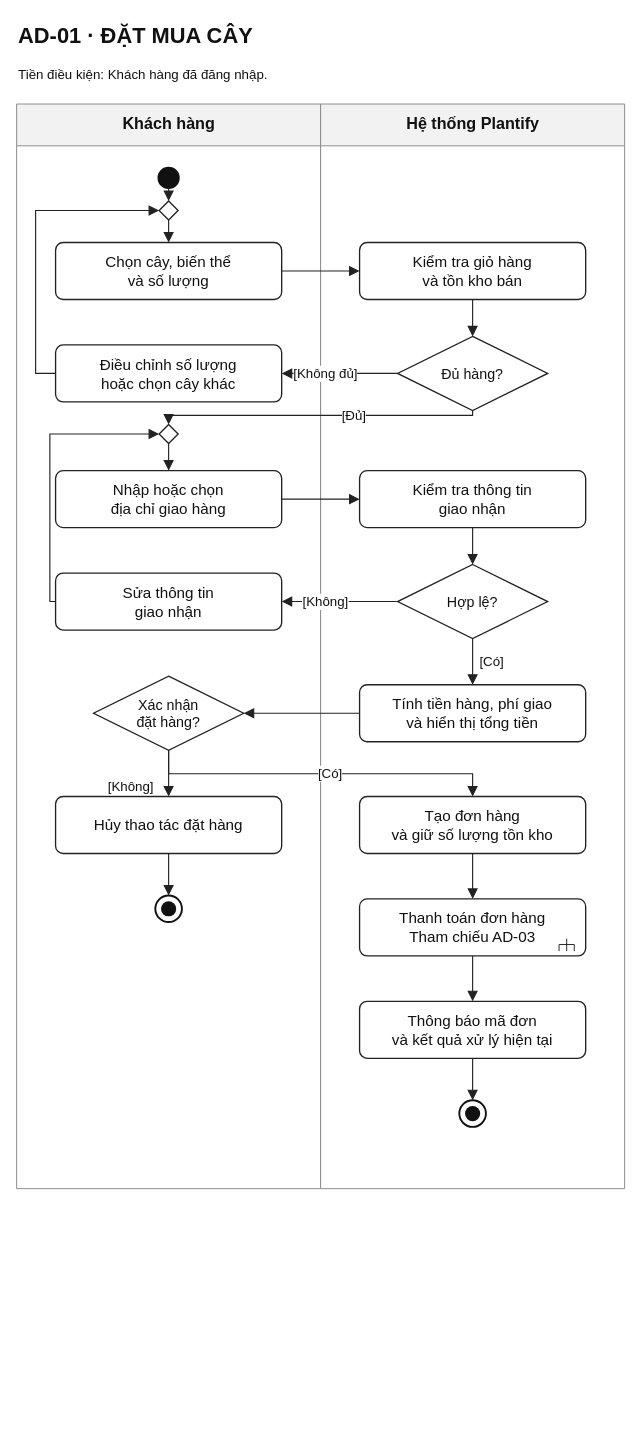
quocbao2004/plantify-platform keeps this draw.io diagram as docs/activity-diagrams/AD-01-dat-mua-cay.drawio. Above is the earlier version. Source tidied: cells renumbered, new cells numbered last; positions are measured from the earlier drawing's top-left corner, leaving out a move shared by most shapes. Both pictures are drawn from the tidied source at 95%, with x=0, y=0 at pixel (16, 16).
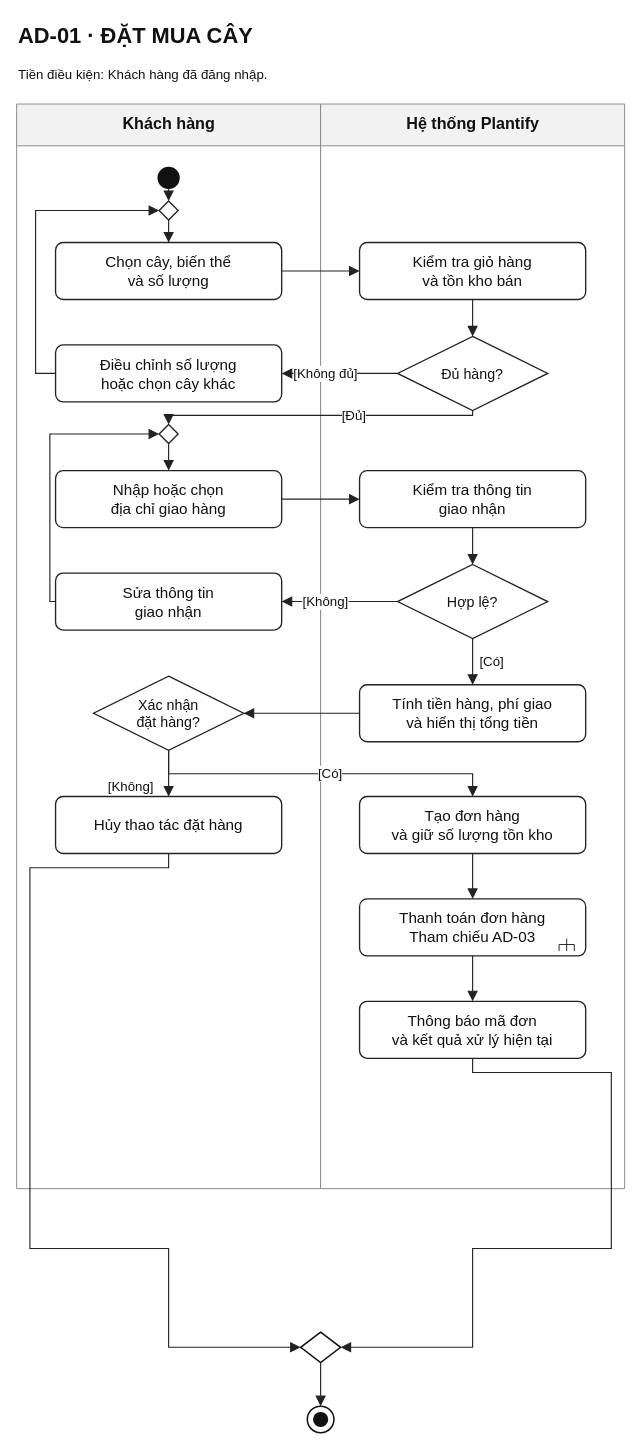
Above is the later version.

The change refers to these unchanged cells:
```xml
<mxCell id="4" value="Khách hàng" style="swimlane;html=1;horizontal=1;startSize=44;rounded=0;fillColor=#F2F2F2;swimlaneFillColor=#FFFFFF;strokeColor=#888888;strokeWidth=1;fontFamily=Arial;fontSize=17;fontStyle=1;fontColor=#111111;align=center;verticalAlign=middle;" parent="1" vertex="1">
  <mxGeometry y="92" width="320" height="1141.7" as="geometry" />
</mxCell>
<mxCell id="5" value="Hệ thống Plantify" style="swimlane;html=1;horizontal=1;startSize=44;rounded=0;fillColor=#F2F2F2;swimlaneFillColor=#FFFFFF;strokeColor=#888888;strokeWidth=1;fontFamily=Arial;fontSize=17;fontStyle=1;fontColor=#111111;align=center;verticalAlign=middle;" parent="1" vertex="1">
  <mxGeometry x="320" y="92" width="320" height="1141.7" as="geometry" />
</mxCell>
<mxCell id="19" value="Hủy thao tác đặt hàng" style="rounded=1;arcSize=16;absoluteArcSize=1;html=1;whiteSpace=wrap;strokeColor=#222222;strokeWidth=1.4;fillColor=#FFFFFF;fontFamily=Arial;fontSize=16;fontColor=#111111;align=center;verticalAlign=middle;spacing=5;" parent="4" vertex="1">
  <mxGeometry x="41" y="728.9" width="238" height="60" as="geometry" />
</mxCell>
<mxCell id="29" value="Thông báo mã đơn&lt;br/&gt;và kết quả xử lý hiện tại" style="rounded=1;arcSize=16;absoluteArcSize=1;html=1;whiteSpace=wrap;strokeColor=#222222;strokeWidth=1.4;fillColor=#FFFFFF;fontFamily=Arial;fontSize=16;fontColor=#111111;align=center;verticalAlign=middle;spacing=5;" parent="5" vertex="1">
  <mxGeometry x="41" y="944.5" width="238" height="60" as="geometry" />
</mxCell>
```

The edit, as a diff of the source:
```diff
@@
-    <mxCell id="20" style="ellipse;fillColor=#FFFFFF;strokeColor=#111111;strokeWidth=2;" parent="4" vertex="1">
-      <mxGeometry x="146" y="833.1" width="28" height="28" as="geometry" />
-    </mxCell>
-    <mxCell id="21" style="ellipse;fillColor=#111111;strokeColor=none;" parent="20" vertex="1">
-      <mxGeometry x="6" y="6" width="16" height="16" as="geometry" />
-    </mxCell>
@@
-    <mxCell id="30" style="ellipse;fillColor=#FFFFFF;strokeColor=#111111;strokeWidth=2;" parent="5" vertex="1">
-      <mxGeometry x="146" y="1048.7" width="28" height="28" as="geometry" />
-    </mxCell>
-    <mxCell id="31" style="ellipse;fillColor=#111111;strokeColor=none;" parent="30" vertex="1">
-      <mxGeometry x="6" y="6" width="16" height="16" as="geometry" />
-    </mxCell>
@@
-    <mxCell id="47" style="edgeStyle=none;html=1;rounded=0;endArrow=block;endFill=1;endSize=8;startArrow=none;strokeColor=#222222;strokeWidth=1.2;exitX=0.5;exitY=1;exitPerimeter=0;entryX=0.5;entryY=0;entryPerimeter=0;fontFamily=Arial;fontSize=14;fontColor=#111111;labelBackgroundColor=#FFFFFF;jumpStyle=arc;jumpSize=5;spacing=2;" parent="1" edge="1" source="19" target="20">
-      <mxGeometry relative="1" as="geometry" />
-    </mxCell>
@@
+    <mxCell id="52" style="rhombus;perimeter=rhombusPerimeter;html=1;fillColor=#FFFFFF;strokeColor=#111111;strokeWidth=1.6;" parent="1" vertex="1">
+      <mxGeometry x="299" y="1384.7" width="42" height="32" as="geometry" />
+    </mxCell>
+    <mxCell id="30" style="ellipse;html=1;fillColor=#FFFFFF;strokeColor=#111111;strokeWidth=1.6;" parent="1" vertex="1">
+      <mxGeometry x="306" y="1462.7" width="28" height="28" as="geometry" />
+    </mxCell>
+    <mxCell id="31" style="ellipse;fillColor=#111111;strokeColor=none;" parent="30" vertex="1">
+      <mxGeometry x="6" y="6" width="16" height="16" as="geometry" />
+    </mxCell>
+    <mxCell id="47" style="edgeStyle=none;html=1;rounded=0;endArrow=block;endFill=1;endSize=8;startArrow=none;strokeColor=#222222;strokeWidth=1.2;exitX=0.5;exitY=1;exitPerimeter=0;entryX=0;entryY=0.5;entryPerimeter=0;fontFamily=Arial;fontSize=14;fontColor=#111111;labelBackgroundColor=#FFFFFF;jumpStyle=arc;jumpSize=5;spacing=2;" parent="1" edge="1" source="19" target="52">
+      <mxGeometry relative="1" as="geometry">
+        <Array as="points">
+          <mxPoint x="160" y="895.9" />
+          <mxPoint x="14" y="895.9" />
+          <mxPoint x="14" y="1296.7" />
+          <mxPoint x="160" y="1296.7" />
+          <mxPoint x="160" y="1400.7" />
+        </Array>
+      </mxGeometry>
+    </mxCell>
-    <mxCell id="51" style="edgeStyle=none;html=1;rounded=0;endArrow=block;endFill=1;endSize=8;startArrow=none;strokeColor=#222222;strokeWidth=1.2;exitX=0.5;exitY=1;exitPerimeter=0;entryX=0.5;entryY=0;entryPerimeter=0;fontFamily=Arial;fontSize=14;fontColor=#111111;labelBackgroundColor=#FFFFFF;jumpStyle=arc;jumpSize=5;spacing=2;" parent="1" edge="1" source="29" target="30">
-      <mxGeometry relative="1" as="geometry" />
+    <mxCell id="51" style="edgeStyle=none;html=1;rounded=0;endArrow=block;endFill=1;endSize=8;startArrow=none;strokeColor=#222222;strokeWidth=1.2;exitX=0.5;exitY=1;exitPerimeter=0;entryX=1;entryY=0.5;entryPerimeter=0;fontFamily=Arial;fontSize=14;fontColor=#111111;labelBackgroundColor=#FFFFFF;jumpStyle=arc;jumpSize=5;spacing=2;" parent="1" edge="1" source="29" target="52">
+      <mxGeometry relative="1" as="geometry">
+        <Array as="points">
+          <mxPoint x="480" y="1111.5" />
+          <mxPoint x="626" y="1111.5" />
+          <mxPoint x="626" y="1296.7" />
+          <mxPoint x="480" y="1296.7" />
+          <mxPoint x="480" y="1400.7" />
+        </Array>
+      </mxGeometry>
     </mxCell>
+    <mxCell id="53" style="edgeStyle=none;html=1;rounded=0;endArrow=block;endFill=1;endSize=8;startArrow=none;strokeColor=#222222;strokeWidth=1.2;exitX=0.5;exitY=1;exitPerimeter=0;entryX=0.5;entryY=0;entryPerimeter=0;fontFamily=Arial;fontSize=14;fontColor=#111111;labelBackgroundColor=#FFFFFF;jumpStyle=arc;jumpSize=5;spacing=2;" parent="1" edge="1" source="52" target="30">
+      <mxGeometry relative="1" as="geometry" />
+    </mxCell>
```
